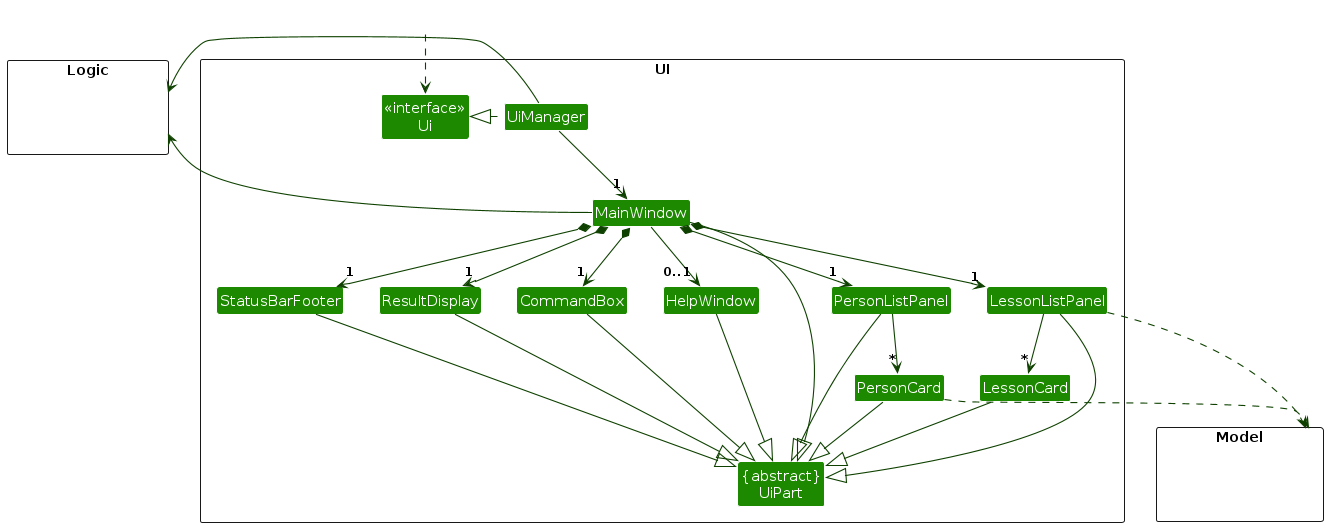
This is diagrams/UiClassDiagram.png from AY2627S1-CS2103T-T15-3/tp, a PlantUML export, as it was before one commit. Its source is kept beside it as diagrams/UiClassDiagram.puml.
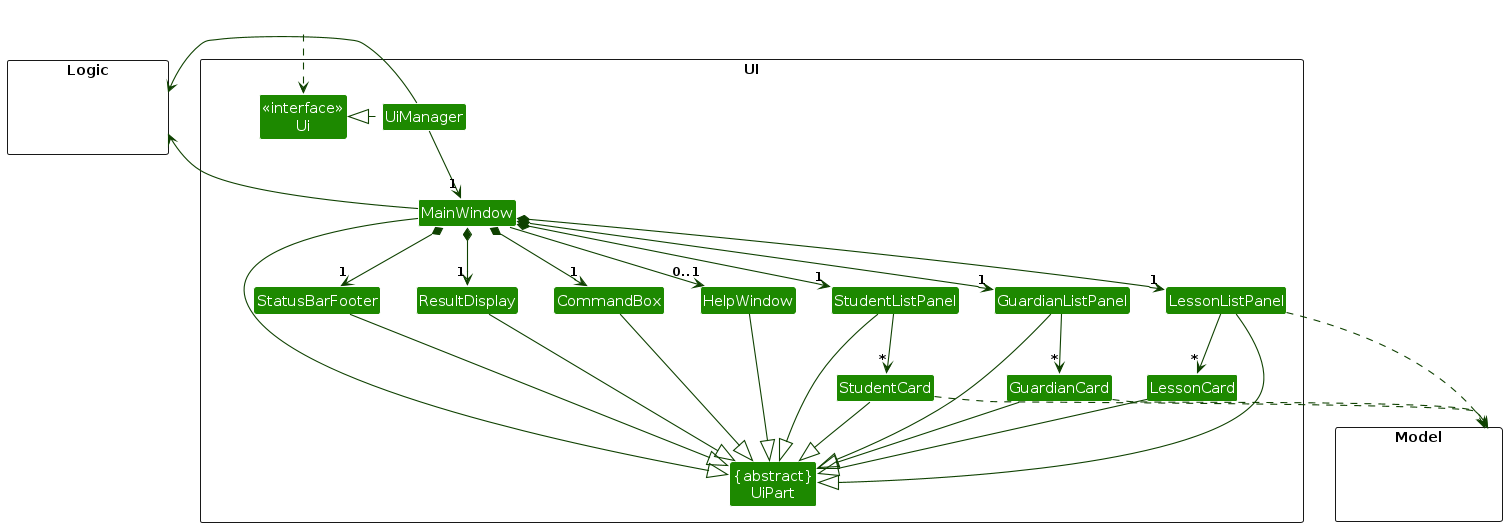
Above is the later version.

The edit, as a diff of the source:
```diff
@@ -11,8 +11,10 @@
 Class MainWindow
 Class HelpWindow
 Class ResultDisplay
-Class PersonListPanel
-Class PersonCard
+Class StudentListPanel
+Class StudentCard
+Class GuardianListPanel
+Class GuardianCard
 Class LessonListPanel
 Class LessonCard
 Class StatusBarFooter
@@ -34,31 +36,36 @@
 UiManager -down-> "1" MainWindow
 MainWindow *-down->  "1" CommandBox
 MainWindow *-down-> "1" ResultDisplay
-MainWindow *-down-> "1" PersonListPanel
+MainWindow *-down-> "1" StudentListPanel
+MainWindow *-down-> "1" GuardianListPanel
 MainWindow *-down-> "1" LessonListPanel
 MainWindow *-down-> "1" StatusBarFooter
 MainWindow --> "0..1" HelpWindow
 
-PersonListPanel -down-> "*" PersonCard
+StudentListPanel -down-> "*" StudentCard
+GuardianListPanel -down-> "*" GuardianCard
 LessonListPanel -down-> "*" LessonCard
 
 MainWindow -left-|> UiPart
 
 ResultDisplay --|> UiPart
 CommandBox --|> UiPart
-PersonListPanel --|> UiPart
-PersonCard --|> UiPart
+StudentListPanel --|> UiPart
+StudentCard --|> UiPart
+GuardianListPanel --|> UiPart
+GuardianCard --|> UiPart
 LessonListPanel --|> UiPart
 LessonCard --|> UiPart
 StatusBarFooter --|> UiPart
 HelpWindow --|> UiPart
 
-PersonCard ..> Model
+StudentCard ..> Model
+GuardianCard ..> Model
 LessonListPanel ..> Model
 UiManager -right-> Logic
 MainWindow -left-> Logic
 
-PersonListPanel -[hidden]left- HelpWindow
+StudentListPanel -[hidden]left- HelpWindow
 HelpWindow -[hidden]left- CommandBox
 CommandBox -[hidden]left- ResultDisplay
 ResultDisplay -[hidden]left- StatusBarFooter
```
